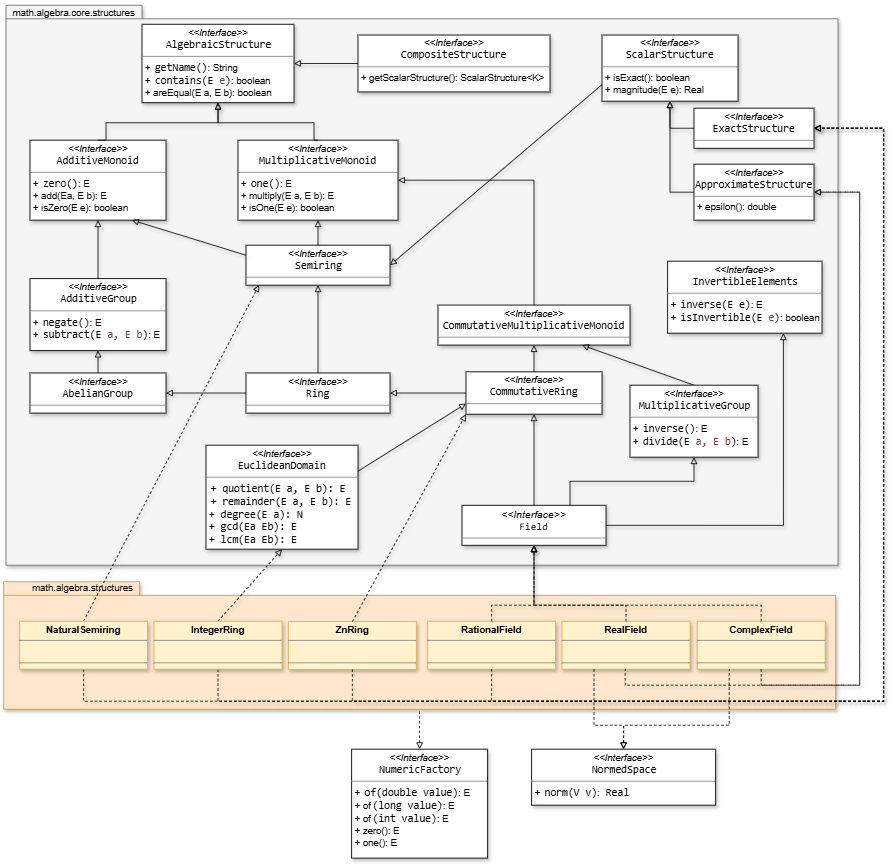
Before: docs/SMFN-algebra-structures.png, a diagram exported from draw.io (gom9000/SMFN). Source tidied: cells renumbered, new cells last; positions are measured from the earlier drawing's top-left corner, leaving out a move shared by most shapes.
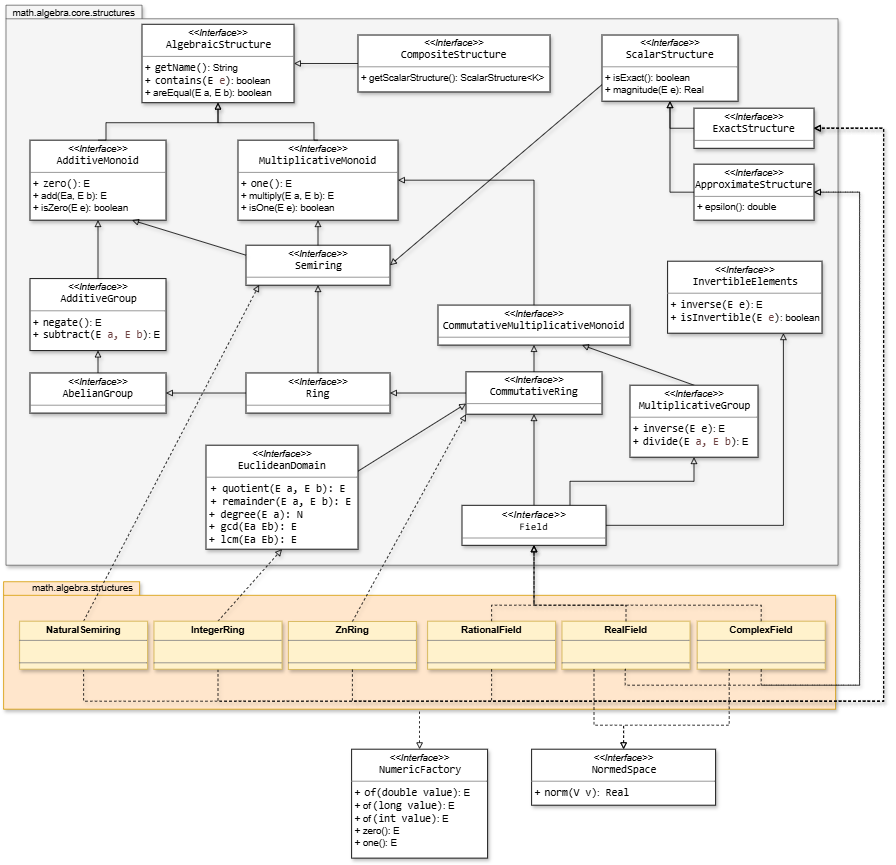
After the change.

The edit, as a diff of the source:
```diff
@@ -123,7 +123,7 @@
     <mxCell id="38" style="rounded=0;jettySize=auto;html=1;exitX=0.5;exitY=0;exitDx=0;exitDy=0;entryX=0.75;entryY=1;entryDx=0;entryDy=0;shadow=1;strokeColor=default;align=center;verticalAlign=middle;fontFamily=Helvetica;fontSize=11;fontColor=default;labelBackgroundColor=default;endArrow=block;endFill=0;" parent="9" edge="1" source="39" target="35">
       <mxGeometry relative="1" as="geometry" />
     </mxCell>
-    <mxCell id="39" value="&lt;p style=&quot;margin:0px;margin-top:4px;text-align:center;&quot;&gt;&lt;i&gt;&amp;lt;&amp;lt;Interface&amp;gt;&amp;gt;&lt;/i&gt;&lt;br&gt;&lt;span style=&quot;padding: 0px 0px 0px 2px;&quot;&gt;&lt;span style=&quot;font-family: Consolas; font-size: 10pt; white-space: pre;&quot;&gt;&lt;span style=&quot;&quot;&gt;MultiplicativeGroup&lt;/span&gt;&lt;/span&gt;&lt;/span&gt;&lt;/p&gt;&lt;hr size=&quot;1&quot; style=&quot;border-style:solid;&quot;&gt;&lt;p style=&quot;margin:0px;margin-left:4px;&quot;&gt;&lt;/p&gt;&lt;p style=&quot;margin:0px;margin-left:4px;&quot;&gt;+&amp;nbsp;&lt;span style=&quot;padding: 0px 0px 0px 2px;&quot;&gt;&lt;span style=&quot;font-family: Consolas; font-size: 10pt; white-space: pre;&quot;&gt;inverse()&lt;/span&gt;&lt;/span&gt;: E&lt;br&gt;+&amp;nbsp;&lt;span style=&quot;padding: 0px 0px 0px 2px;&quot;&gt;&lt;span style=&quot;font-family: Consolas; font-size: 10pt; white-space: pre;&quot;&gt;divide(E &lt;font color=&quot;#6a3e3e&quot;&gt;a, E b&lt;/font&gt;)&lt;/span&gt;&lt;/span&gt;: E&lt;/p&gt;" style="verticalAlign=top;align=left;overflow=fill;html=1;whiteSpace=wrap;labelBackgroundColor=none;shadow=1;" parent="9" vertex="1">
+    <mxCell id="39" value="&lt;p style=&quot;margin:0px;margin-top:4px;text-align:center;&quot;&gt;&lt;i&gt;&amp;lt;&amp;lt;Interface&amp;gt;&amp;gt;&lt;/i&gt;&lt;br&gt;&lt;span style=&quot;padding: 0px 0px 0px 2px;&quot;&gt;&lt;span style=&quot;font-family: Consolas; font-size: 10pt; white-space: pre;&quot;&gt;&lt;span style=&quot;&quot;&gt;MultiplicativeGroup&lt;/span&gt;&lt;/span&gt;&lt;/span&gt;&lt;/p&gt;&lt;hr size=&quot;1&quot; style=&quot;border-style:solid;&quot;&gt;&lt;p style=&quot;margin:0px;margin-left:4px;&quot;&gt;&lt;/p&gt;&lt;p style=&quot;margin:0px;margin-left:4px;&quot;&gt;+&amp;nbsp;&lt;span style=&quot;padding: 0px 0px 0px 2px;&quot;&gt;&lt;span style=&quot;font-family: Consolas; font-size: 10pt; white-space: pre;&quot;&gt;inverse(E e)&lt;/span&gt;&lt;/span&gt;: E&lt;br&gt;+&amp;nbsp;&lt;span style=&quot;padding: 0px 0px 0px 2px;&quot;&gt;&lt;span style=&quot;font-family: Consolas; font-size: 10pt; white-space: pre;&quot;&gt;divide(E &lt;font color=&quot;#6a3e3e&quot;&gt;a, E b&lt;/font&gt;)&lt;/span&gt;&lt;/span&gt;: E&lt;/p&gt;" style="verticalAlign=top;align=left;overflow=fill;html=1;whiteSpace=wrap;labelBackgroundColor=none;shadow=1;" parent="9" vertex="1">
       <mxGeometry x="780" y="475" width="160" height="90" as="geometry" />
     </mxCell>
     <mxCell id="40" style="rounded=0;jettySize=auto;html=1;exitX=0;exitY=0.75;exitDx=0;exitDy=0;entryX=1;entryY=0.5;entryDx=0;entryDy=0;shadow=1;strokeColor=default;align=center;verticalAlign=middle;fontFamily=Helvetica;fontSize=11;fontColor=default;labelBackgroundColor=default;endArrow=block;endFill=0;" parent="9" edge="1" source="41" target="23">
```
